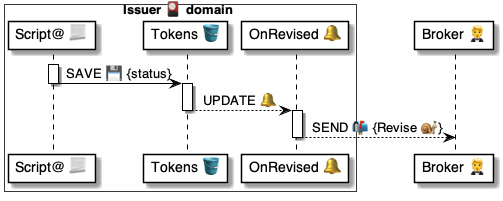
This is 4 ⚙️ Solution/41 🎭 Domain Roles/Issuers 🎴/🎴🪣 Issuer tables/Tokens 🎫 table/🪣🔔 4 Revised/🎴 OnTokenRevised ⚙️ uml.png from pollyweb-org/pollyweb-docs, a PlantUML export, as it was before one commit. Its source is kept beside it as 4 ⚙️ Solution/41 🎭 Domain Roles/Issuers 🎴/🎴🪣 Issuer tables/Tokens 🎫 table/🪣🔔 4 Revised/🎴 OnTokenRevised ⚙️ uml.puml.
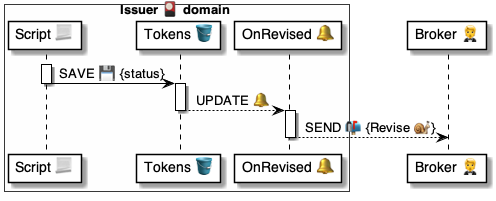
After the commit.

What changed in the source:
```diff
@@ -1,7 +1,7 @@
 @startuml OnTokenRevised
 
 box Issuer 🎴 domain #FFFFFA
-    participant "Script@ 📃" as script
+    participant "Script 📃" as script
     participant "Tokens 🪣" as tokens
     participant "OnRevised 🔔" as handler
 end box
```
